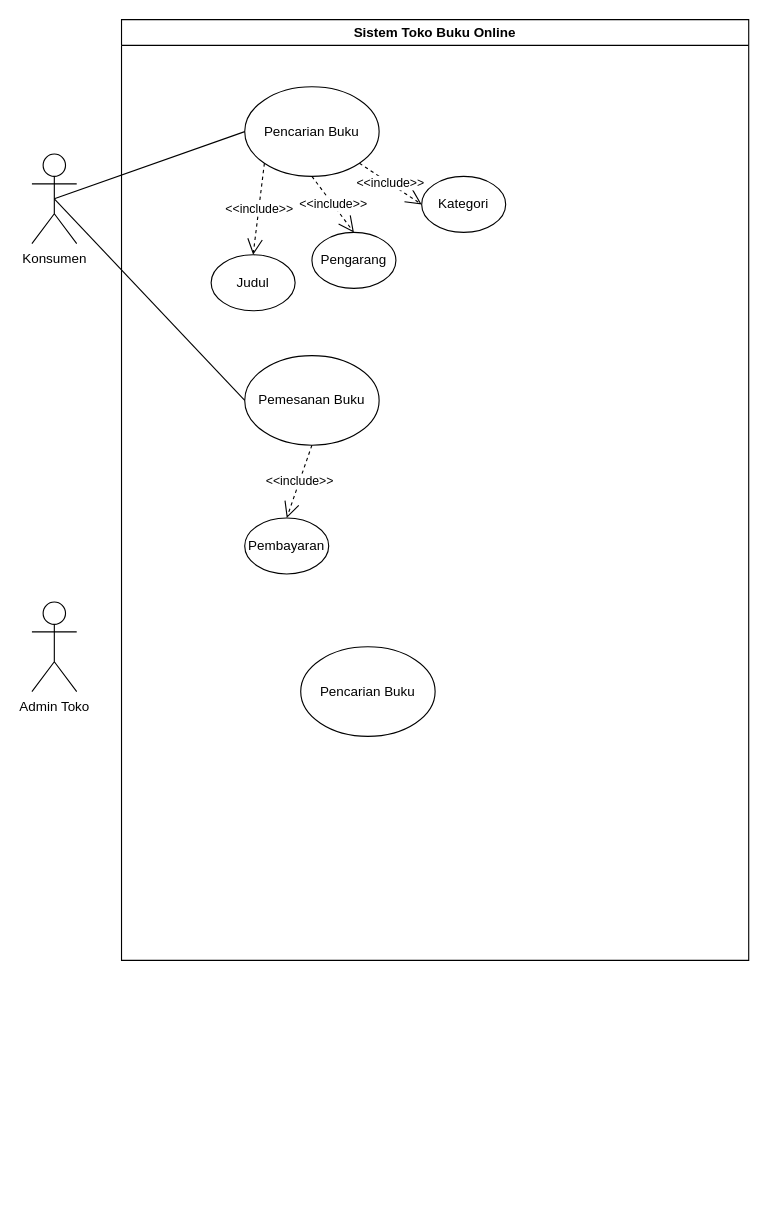
Suryzw/draw.io keeps this draw.io diagram as Latihan Studi kasus RPL.drawio. Above is the earlier version. Source tidied: cells renumbered, new cells numbered last; positions are measured from the earlier drawing's top-left corner, leaving out a move shared by most shapes. Both pictures are drawn from the tidied source at 112%, with x=0, y=0 at pixel (31, 19).
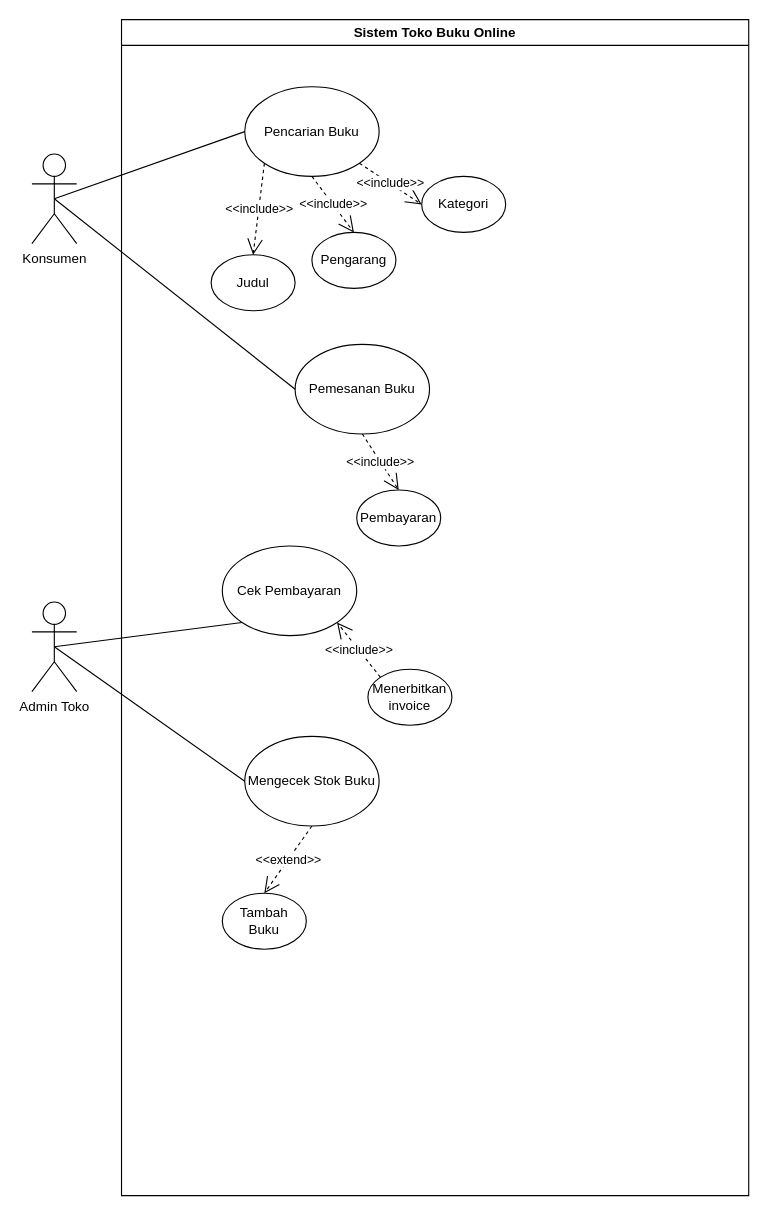
The same diagram, later.

The change refers to these unchanged cells:
```xml
<mxCell id="17" value="Admin Toko" style="shape=umlActor;verticalLabelPosition=bottom;verticalAlign=top;html=1;outlineConnect=0;" parent="1" vertex="1">
  <mxGeometry y="520" width="40" height="80" as="geometry" />
</mxCell>
```

The edit, as a diff of the source:
```diff
@@
     <mxCell id="3" value="Sistem Toko Buku Online" style="swimlane;whiteSpace=wrap;html=1;" parent="1" vertex="1">
-      <mxGeometry x="80" width="560" height="840" as="geometry" />
+      <mxGeometry x="80" width="560" height="1050" as="geometry" />
     </mxCell>
@@
     <mxCell id="8" value="Pemesanan Buku" style="ellipse;whiteSpace=wrap;html=1;" parent="3" vertex="1">
-      <mxGeometry x="110" y="300" width="120" height="80" as="geometry" />
+      <mxGeometry x="155" y="290" width="120" height="80" as="geometry" />
     </mxCell>
@@
     <mxCell id="12" value="Pembayaran" style="ellipse;whiteSpace=wrap;html=1;" parent="3" vertex="1">
-      <mxGeometry x="110" y="445" width="75" height="50" as="geometry" />
+      <mxGeometry x="210" y="420" width="75" height="50" as="geometry" />
     </mxCell>
@@
-    <mxCell id="14" value="Pencarian Buku" style="ellipse;whiteSpace=wrap;html=1;" parent="3" vertex="1">
-      <mxGeometry x="160" y="560" width="120" height="80" as="geometry" />
+    <mxCell id="14" value="Mengecek Stok Buku" style="ellipse;whiteSpace=wrap;html=1;" parent="3" vertex="1">
+      <mxGeometry x="110" y="640" width="120" height="80" as="geometry" />
     </mxCell>
+    <mxCell id="18" value="Tambah Buku" style="ellipse;whiteSpace=wrap;html=1;" parent="3" vertex="1">
+      <mxGeometry x="90" y="780" width="75" height="50" as="geometry" />
+    </mxCell>
+    <mxCell id="19" value="&amp;lt;&amp;lt;extend&amp;gt;&amp;gt;" style="endArrow=open;endSize=12;dashed=1;html=1;rounded=0;exitX=0.5;exitY=1;exitDx=0;exitDy=0;entryX=0.5;entryY=0;entryDx=0;entryDy=0;" parent="3" edge="1" source="14" target="18">
+      <mxGeometry relative="1" as="geometry" />
+    </mxCell>
+    <mxCell id="20" value="Cek Pembayaran" style="ellipse;whiteSpace=wrap;html=1;" parent="3" vertex="1">
+      <mxGeometry x="90" y="470" width="120" height="80" as="geometry" />
+    </mxCell>
+    <mxCell id="21" value="Menerbitkan invoice" style="ellipse;whiteSpace=wrap;html=1;" parent="3" vertex="1">
+      <mxGeometry x="220" y="580" width="75" height="50" as="geometry" />
+    </mxCell>
+    <mxCell id="22" value="&amp;lt;&amp;lt;include&amp;gt;&amp;gt;" style="endArrow=open;endSize=12;dashed=1;html=1;rounded=0;exitX=0;exitY=0;exitDx=0;exitDy=0;entryX=1;entryY=1;entryDx=0;entryDy=0;" parent="3" edge="1" source="21" target="20">
+      <mxGeometry relative="1" as="geometry" />
+    </mxCell>
@@
+    <mxCell id="23" style="endArrow=none;html=1;rounded=0;exitX=0.5;exitY=0.5;exitDx=0;exitDy=0;exitPerimeter=0;entryX=0;entryY=0.5;entryDx=0;entryDy=0;" parent="1" edge="1" source="17" target="14">
+      <mxGeometry relative="1" as="geometry" />
+    </mxCell>
+    <mxCell id="24" style="endArrow=none;html=1;rounded=0;exitX=0.5;exitY=0.5;exitDx=0;exitDy=0;exitPerimeter=0;entryX=0;entryY=1;entryDx=0;entryDy=0;" parent="1" edge="1" source="17" target="20">
+      <mxGeometry relative="1" as="geometry" />
+    </mxCell>
```
